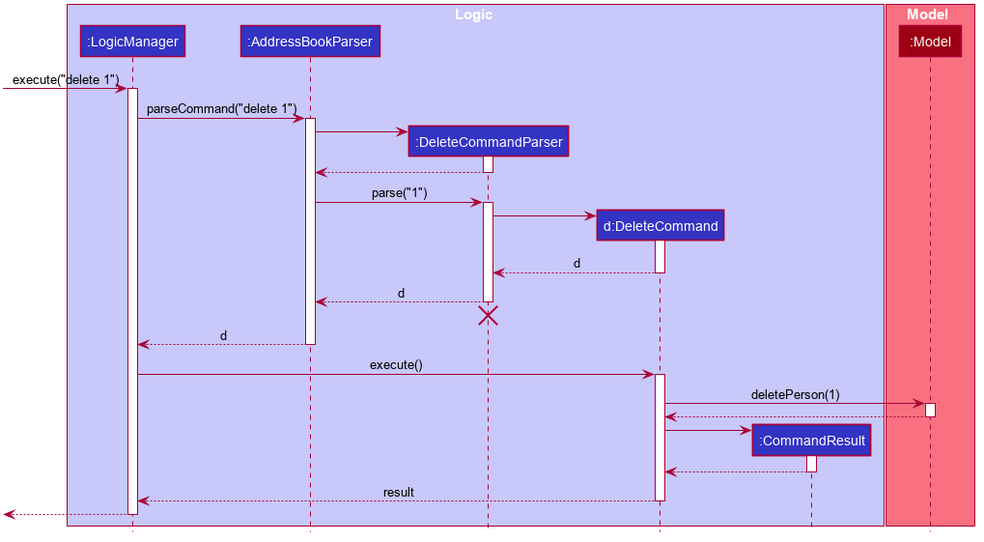
nus-cs2103-AY2021S2/tp keeps this PlantUML diagram as docs/images/DeleteSequenceDiagram.png. Above is the earlier version.
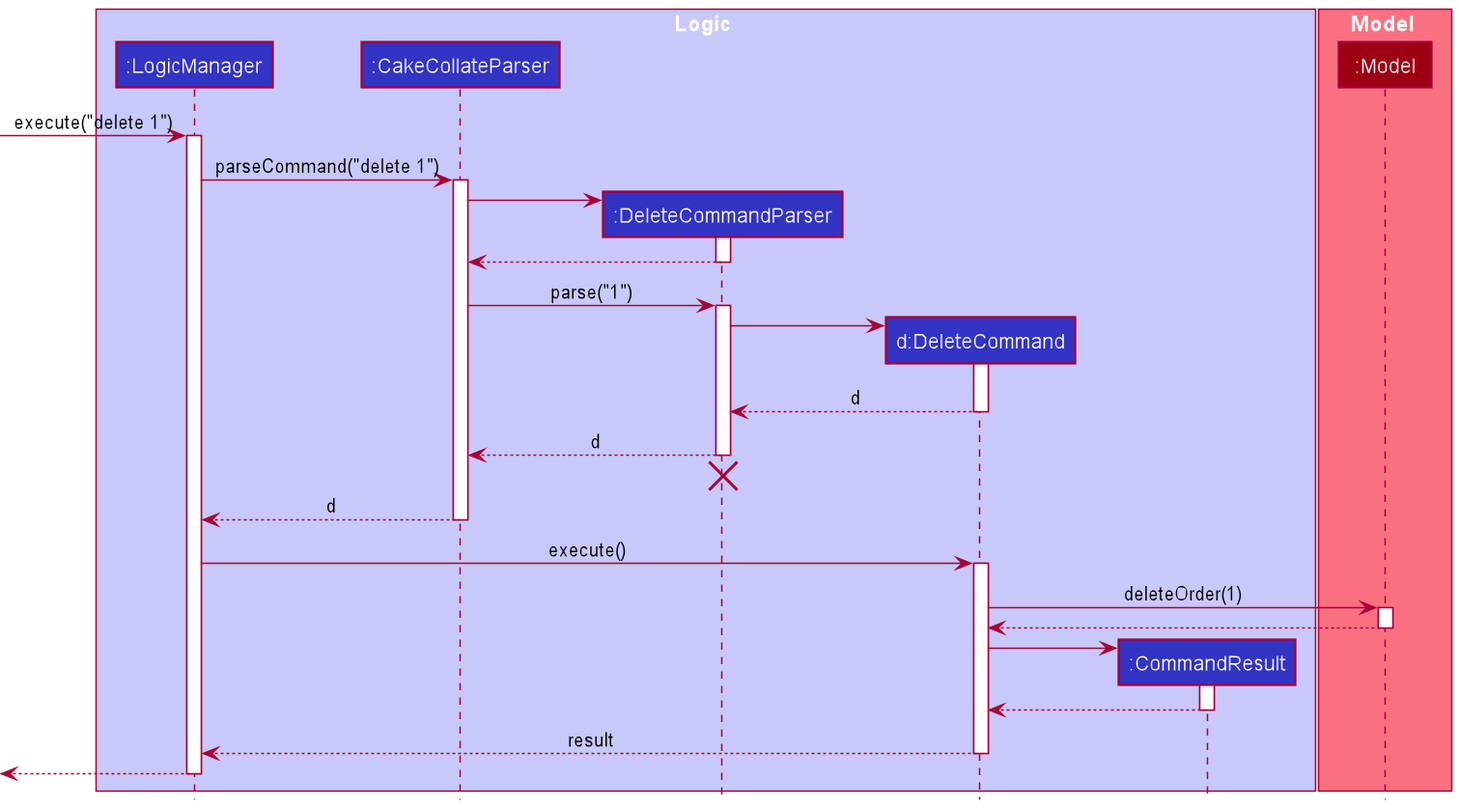
After the change.

Commit message:
Export diagram

The edit, as a diff of the source:
```diff
@@ -1,79 +1,32 @@
 @startuml
+!include style.puml
 
-
-
-
-
-
-
-
-skinparam BackgroundColor #FFFFFFF
-
-skinparam Shadowing false
-
-skinparam Class {
-    FontColor #FFFFFF
-    BorderThickness 1
-    BorderColor #FFFFFF
-    StereotypeFontColor #FFFFFF
-    FontName Arial
-}
-
-skinparam Actor {
-    BorderColor #000000
-    Color #000000
-    FontName Arial
-}
-
-skinparam Sequence {
-    MessageAlign center
-    BoxFontSize 15
-    BoxPadding 0
-    BoxFontColor #FFFFFF
-    FontName Arial
-}
-
-skinparam Participant {
-    FontColor #FFFFFFF
-    Padding 20
-}
-
-skinparam MinClassWidth 50
-skinparam ParticipantPadding 10
-skinparam Shadowing false
-skinparam DefaultTextAlignment center
-skinparam packageStyle Rectangle
-
-hide footbox
-hide members
-hide circle
-
-box Logic #C8C8FA
-participant ":LogicManager" as LogicManager #3333C4
-participant ":AddressBookParser" as AddressBookParser #3333C4
-participant ":DeleteCommandParser" as DeleteCommandParser #3333C4
-participant "d:DeleteCommand" as DeleteCommand #3333C4
-participant ":CommandResult" as CommandResult #3333C4
+box Logic LOGIC_COLOR_T1
+participant ":LogicManager" as LogicManager LOGIC_COLOR
+participant ":CakeCollateParser" as CakeCollateParser LOGIC_COLOR
+participant ":DeleteCommandParser" as DeleteCommandParser LOGIC_COLOR
+participant "d:DeleteCommand" as DeleteCommand LOGIC_COLOR
+participant ":CommandResult" as CommandResult LOGIC_COLOR
 end box
 
-box Model #F97181
-participant ":Model" as Model #9D0012
+box Model MODEL_COLOR_T1
+participant ":Model" as Model MODEL_COLOR
 end box
 
 [-> LogicManager : execute("delete 1")
 activate LogicManager
 
-LogicManager -> AddressBookParser : parseCommand("delete 1")
-activate AddressBookParser
+LogicManager -> CakeCollateParser : parseCommand("delete 1")
+activate CakeCollateParser
 
 create DeleteCommandParser
-AddressBookParser -> DeleteCommandParser
+CakeCollateParser -> DeleteCommandParser
 activate DeleteCommandParser
 
-DeleteCommandParser --> AddressBookParser
+DeleteCommandParser --> CakeCollateParser
 deactivate DeleteCommandParser
 
-AddressBookParser -> DeleteCommandParser : parse("1")
+CakeCollateParser -> DeleteCommandParser : parse("1")
 activate DeleteCommandParser
 
 create DeleteCommand
@@ -83,18 +36,18 @@
 DeleteCommand --> DeleteCommandParser : d
 deactivate DeleteCommand
 
-DeleteCommandParser --> AddressBookParser : d
+DeleteCommandParser --> CakeCollateParser : d
 deactivate DeleteCommandParser
-DeleteCommandParser -[hidden]-> AddressBookParser
+DeleteCommandParser -[hidden]-> CakeCollateParser
 destroy DeleteCommandParser
 
-AddressBookParser --> LogicManager : d
-deactivate AddressBookParser
+CakeCollateParser --> LogicManager : d
+deactivate CakeCollateParser
 
 LogicManager -> DeleteCommand : execute()
 activate DeleteCommand
 
-DeleteCommand -> Model : deletePerson(1)
+DeleteCommand -> Model : deleteOrder(1)
 activate Model
 
 Model --> DeleteCommand
```
